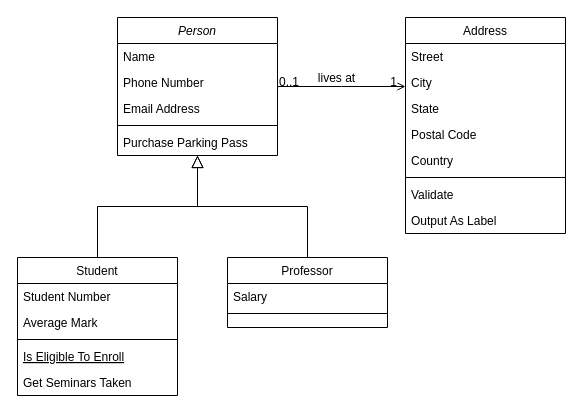
Above: Untitled Diagram.drawio in Social-Link/table-schema (draw.io), before the change. Source tidied: cells renumbered, new cells numbered last; positions are measured from the earlier drawing's top-left corner, leaving out a move shared by most shapes. Both pictures are drawn from the tidied source at 100%, with x=0, y=0 at pixel (17, 17).
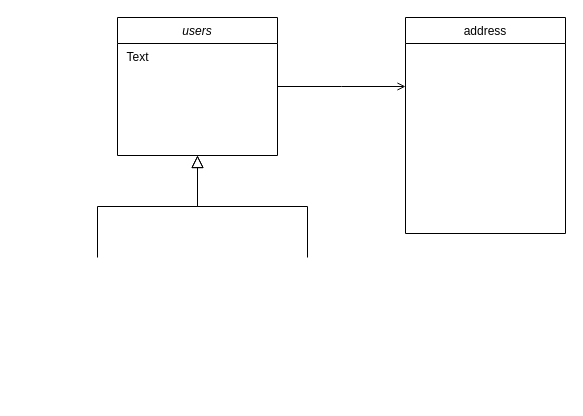
The same diagram, later.

The change refers to these unchanged cells:
```xml
<mxCell id="28" style="endArrow=open;shadow=0;strokeWidth=1;rounded=0;endFill=1;edgeStyle=elbowEdgeStyle;elbow=vertical;" parent="1" edge="1" source="2" target="19">
  <mxGeometry x="0.5" y="41" relative="1" as="geometry">
    <mxPoint x="-40" y="32" as="offset" />
  </mxGeometry>
</mxCell>
```

What changed in the source:
```diff
@@
-    <mxCell id="2" value="Person" style="swimlane;fontStyle=2;align=center;verticalAlign=top;horizontal=1;startSize=26;rounded=0;shadow=0;strokeWidth=1;" parent="1" vertex="1">
+    <mxCell id="2" value="users" style="swimlane;fontStyle=2;align=center;verticalAlign=top;horizontal=1;startSize=26;rounded=0;shadow=0;strokeWidth=1;" parent="1" vertex="1">
       <mxGeometry x="100" width="160" height="138" as="geometry" />
     </mxCell>
-    <mxCell id="3" value="Name" style="text;align=left;verticalAlign=top;spacingLeft=4;spacingRight=4;overflow=hidden;" parent="2" vertex="1">
-      <mxGeometry y="26" width="160" height="26" as="geometry" />
-    </mxCell>
-    <mxCell id="4" value="Phone Number" style="text;align=left;verticalAlign=top;spacingLeft=4;spacingRight=4;overflow=hidden;rounded=0;shadow=0;html=0;" parent="2" vertex="1">
-      <mxGeometry y="52" width="160" height="26" as="geometry" />
-    </mxCell>
-    <mxCell id="5" value="Email Address" style="text;align=left;verticalAlign=top;spacingLeft=4;spacingRight=4;overflow=hidden;rounded=0;shadow=0;html=0;" parent="2" vertex="1">
-      <mxGeometry y="78" width="160" height="26" as="geometry" />
-    </mxCell>
-    <mxCell id="6" style="line;html=1;strokeWidth=1;align=left;verticalAlign=middle;spacingTop=-1;spacingLeft=3;spacingRight=3;labelPosition=right;" parent="2" vertex="1">
-      <mxGeometry y="104" width="160" height="8" as="geometry" />
-    </mxCell>
-    <mxCell id="7" value="Purchase Parking Pass" style="text;align=left;verticalAlign=top;spacingLeft=4;spacingRight=4;overflow=hidden;" parent="2" vertex="1">
-      <mxGeometry y="112" width="160" height="26" as="geometry" />
-    </mxCell>
-    <mxCell id="8" value="Student" style="swimlane;fontStyle=0;align=center;verticalAlign=top;horizontal=1;startSize=26;rounded=0;shadow=0;strokeWidth=1;" parent="1" vertex="1">
-      <mxGeometry y="240" width="160" height="138" as="geometry" />
-    </mxCell>
-    <mxCell id="9" value="Student Number" style="text;align=left;verticalAlign=top;spacingLeft=4;spacingRight=4;overflow=hidden;" parent="8" vertex="1">
-      <mxGeometry y="26" width="160" height="26" as="geometry" />
-    </mxCell>
-    <mxCell id="10" value="Average Mark" style="text;align=left;verticalAlign=top;spacingLeft=4;spacingRight=4;overflow=hidden;rounded=0;shadow=0;html=0;" parent="8" vertex="1">
-      <mxGeometry y="52" width="160" height="26" as="geometry" />
-    </mxCell>
-    <mxCell id="11" style="line;html=1;strokeWidth=1;align=left;verticalAlign=middle;spacingTop=-1;spacingLeft=3;spacingRight=3;labelPosition=right;" parent="8" vertex="1">
-      <mxGeometry y="78" width="160" height="8" as="geometry" />
-    </mxCell>
-    <mxCell id="12" value="Is Eligible To Enroll" style="text;align=left;verticalAlign=top;spacingLeft=4;spacingRight=4;overflow=hidden;fontStyle=4;" parent="8" vertex="1">
-      <mxGeometry y="86" width="160" height="26" as="geometry" />
-    </mxCell>
-    <mxCell id="13" value="Get Seminars Taken" style="text;align=left;verticalAlign=top;spacingLeft=4;spacingRight=4;overflow=hidden;" parent="8" vertex="1">
-      <mxGeometry y="112" width="160" height="26" as="geometry" />
-    </mxCell>
-    <mxCell id="14" style="endArrow=block;endSize=10;endFill=0;shadow=0;strokeWidth=1;rounded=0;edgeStyle=elbowEdgeStyle;elbow=vertical;" parent="1" edge="1" source="8" target="2">
-      <mxGeometry relative="1" as="geometry" />
+    <mxCell id="14" style="endArrow=block;endSize=10;endFill=0;shadow=0;strokeWidth=1;rounded=0;edgeStyle=elbowEdgeStyle;elbow=vertical;" parent="1" edge="1" target="2">
+      <mxGeometry relative="1" as="geometry">
+        <mxPoint x="80" y="240" as="sourcePoint" />
+      </mxGeometry>
     </mxCell>
-    <mxCell id="15" value="Professor" style="swimlane;fontStyle=0;align=center;verticalAlign=top;horizontal=1;startSize=26;rounded=0;shadow=0;strokeWidth=1;" parent="1" vertex="1">
-      <mxGeometry x="210" y="240" width="160" height="70" as="geometry" />
-    </mxCell>
-    <mxCell id="16" value="Salary" style="text;align=left;verticalAlign=top;spacingLeft=4;spacingRight=4;overflow=hidden;" parent="15" vertex="1">
-      <mxGeometry y="26" width="160" height="26" as="geometry" />
-    </mxCell>
-    <mxCell id="17" style="line;html=1;strokeWidth=1;align=left;verticalAlign=middle;spacingTop=-1;spacingLeft=3;spacingRight=3;labelPosition=right;" parent="15" vertex="1">
-      <mxGeometry y="52" width="160" height="8" as="geometry" />
-    </mxCell>
-    <mxCell id="18" style="endArrow=block;endSize=10;endFill=0;shadow=0;strokeWidth=1;rounded=0;edgeStyle=elbowEdgeStyle;elbow=vertical;" parent="1" edge="1" source="15" target="2">
-      <mxGeometry relative="1" as="geometry" />
+    <mxCell id="18" style="endArrow=block;endSize=10;endFill=0;shadow=0;strokeWidth=1;rounded=0;edgeStyle=elbowEdgeStyle;elbow=vertical;" parent="1" edge="1" target="2">
+      <mxGeometry relative="1" as="geometry">
+        <mxPoint x="290" y="240" as="sourcePoint" />
+      </mxGeometry>
     </mxCell>
-    <mxCell id="19" value="Address" style="swimlane;fontStyle=0;align=center;verticalAlign=top;horizontal=1;startSize=26;rounded=0;shadow=0;strokeWidth=1;" parent="1" vertex="1">
+    <mxCell id="19" value="address" style="swimlane;fontStyle=0;align=center;verticalAlign=top;horizontal=1;startSize=26;rounded=0;shadow=0;strokeWidth=1;" parent="1" vertex="1">
       <mxGeometry x="388" width="160" height="216" as="geometry" />
     </mxCell>
-    <mxCell id="20" value="Street" style="text;align=left;verticalAlign=top;spacingLeft=4;spacingRight=4;overflow=hidden;" parent="19" vertex="1">
-      <mxGeometry y="26" width="160" height="26" as="geometry" />
-    </mxCell>
-    <mxCell id="21" value="City" style="text;align=left;verticalAlign=top;spacingLeft=4;spacingRight=4;overflow=hidden;rounded=0;shadow=0;html=0;" parent="19" vertex="1">
-      <mxGeometry y="52" width="160" height="26" as="geometry" />
-    </mxCell>
-    <mxCell id="22" value="State" style="text;align=left;verticalAlign=top;spacingLeft=4;spacingRight=4;overflow=hidden;rounded=0;shadow=0;html=0;" parent="19" vertex="1">
-      <mxGeometry y="78" width="160" height="26" as="geometry" />
-    </mxCell>
-    <mxCell id="23" value="Postal Code" style="text;align=left;verticalAlign=top;spacingLeft=4;spacingRight=4;overflow=hidden;rounded=0;shadow=0;html=0;" parent="19" vertex="1">
-      <mxGeometry y="104" width="160" height="26" as="geometry" />
-    </mxCell>
-    <mxCell id="24" value="Country" style="text;align=left;verticalAlign=top;spacingLeft=4;spacingRight=4;overflow=hidden;rounded=0;shadow=0;html=0;" parent="19" vertex="1">
-      <mxGeometry y="130" width="160" height="26" as="geometry" />
-    </mxCell>
-    <mxCell id="25" style="line;html=1;strokeWidth=1;align=left;verticalAlign=middle;spacingTop=-1;spacingLeft=3;spacingRight=3;labelPosition=right;" parent="19" vertex="1">
-      <mxGeometry y="156" width="160" height="8" as="geometry" />
-    </mxCell>
-    <mxCell id="26" value="Validate" style="text;align=left;verticalAlign=top;spacingLeft=4;spacingRight=4;overflow=hidden;" parent="19" vertex="1">
-      <mxGeometry y="164" width="160" height="26" as="geometry" />
-    </mxCell>
-    <mxCell id="27" value="Output As Label" style="text;align=left;verticalAlign=top;spacingLeft=4;spacingRight=4;overflow=hidden;" parent="19" vertex="1">
-      <mxGeometry y="190" width="160" height="26" as="geometry" />
-    </mxCell>
@@
-    <mxCell id="29" value="0..1" style="align=left;verticalAlign=bottom;labelBackgroundColor=none;fontSize=12;" parent="28" vertex="1">
-      <mxGeometry x="-1" relative="1" as="geometry">
-        <mxPoint y="4" as="offset" />
-      </mxGeometry>
-    </mxCell>
-    <mxCell id="30" value="1" style="align=right;verticalAlign=bottom;labelBackgroundColor=none;fontSize=12;" parent="28" vertex="1">
-      <mxGeometry x="1" relative="1" as="geometry">
-        <mxPoint x="-7" y="4" as="offset" />
-      </mxGeometry>
-    </mxCell>
-    <mxCell id="31" value="lives at" style="text;html=1;align=center;verticalAlign=middle;labelBackgroundColor=none;rounded=0;shadow=0;strokeWidth=1;fontSize=12;" parent="28" vertex="1">
-      <mxGeometry x="0.5" y="49" relative="1" as="geometry">
-        <mxPoint x="-38" y="40" as="offset" />
-      </mxGeometry>
-    </mxCell>
+    <mxCell id="32" value="Text" style="text;html=1;align=center;verticalAlign=middle;strokeColor=none;fillColor=none;" parent="1" vertex="1">
+      <mxGeometry x="100" y="30" width="40" height="20" as="geometry" />
+    </mxCell>
```
